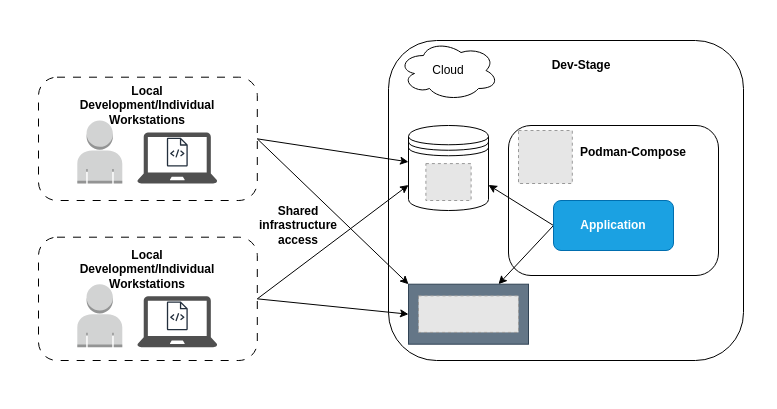
normanboettcher/BotPilot keeps this draw.io diagram as documentation/diagrams/InfrastructureDevStage.drawio. Above is the earlier version. Source tidied: cells renumbered, new cells numbered last; positions are measured from the earlier drawing's top-left corner, leaving out a move shared by most shapes. Both pictures are drawn from the tidied source at 100%, with x=0, y=0 at pixel (38, 40). Pictures stored in the file or linked from it are replaced by grey dashed boxes.
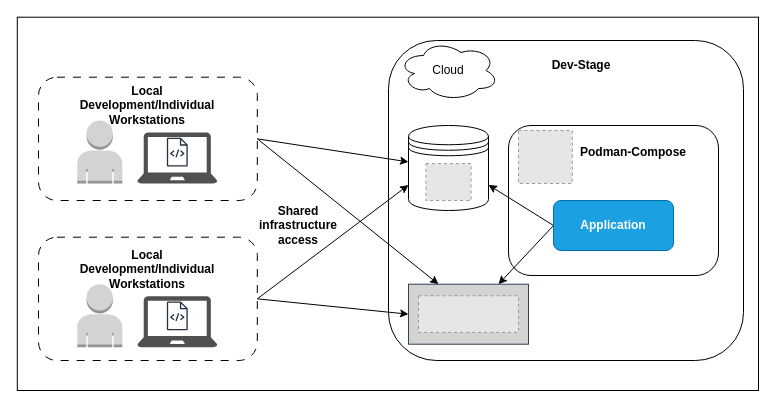
Above is the later version.

Commit message (it also covers changes not shown here):
Changed - InfrastructureDevStage diagram

Unchanged cells that the change refers to:
```xml
<mxCell id="5" style="rounded=1;whiteSpace=wrap;html=1;dashed=1;dashPattern=8 8;" parent="1" vertex="1">
  <mxGeometry y="36.7" width="218.8" height="123.3" as="geometry" />
</mxCell>
```

What changed in the source:
```diff
@@
+    <mxCell id="33" style="rounded=0;whiteSpace=wrap;html=1;" parent="1" vertex="1">
+      <mxGeometry x="-21.2" y="-23.3" width="741.2" height="373.3" as="geometry" />
+    </mxCell>
@@
-    <mxCell id="29" style="rounded=0;whiteSpace=wrap;html=1;fillColor=#647687;fontColor=#ffffff;strokeColor=#314354;" parent="1" vertex="1">
+    <mxCell id="29" style="rounded=0;whiteSpace=wrap;html=1;fillColor=light-dark(#d2d3d3, #121212);fontColor=#ffffff;strokeColor=#314354;" parent="1" vertex="1">
       <mxGeometry x="370" y="243.7" width="120" height="60" as="geometry" />
     </mxCell>
@@
-    <mxCell id="32" style="rounded=0;jettySize=auto;html=1;exitX=1;exitY=0.5;exitDx=0;exitDy=0;entryX=0;entryY=0;entryDx=0;entryDy=0;" parent="1" edge="1" source="5" target="29">
+    <mxCell id="32" style="rounded=0;jettySize=auto;html=1;exitX=1;exitY=0.5;exitDx=0;exitDy=0;entryX=0.25;entryY=0;entryDx=0;entryDy=0;" parent="1" edge="1" source="5" target="29">
       <mxGeometry relative="1" as="geometry" />
     </mxCell>
```
